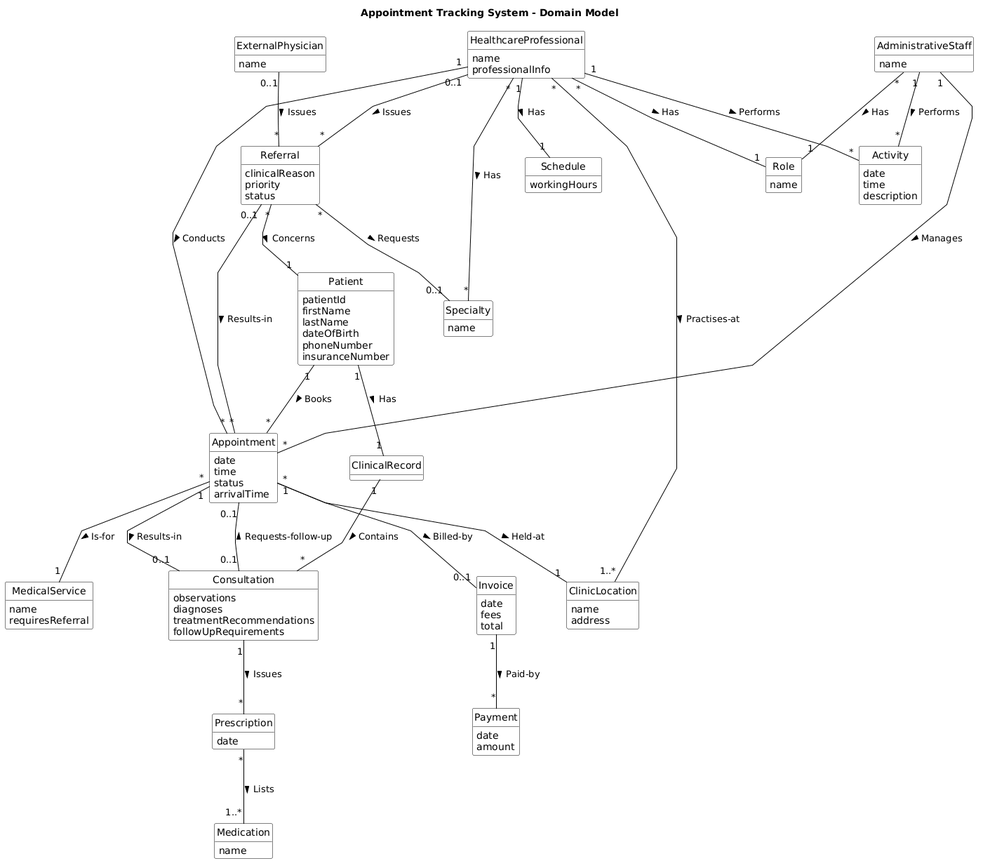
This is artifacts/domain_model.png from Adambench/Soen-342-Project, a PlantUML export, as it was before one commit.
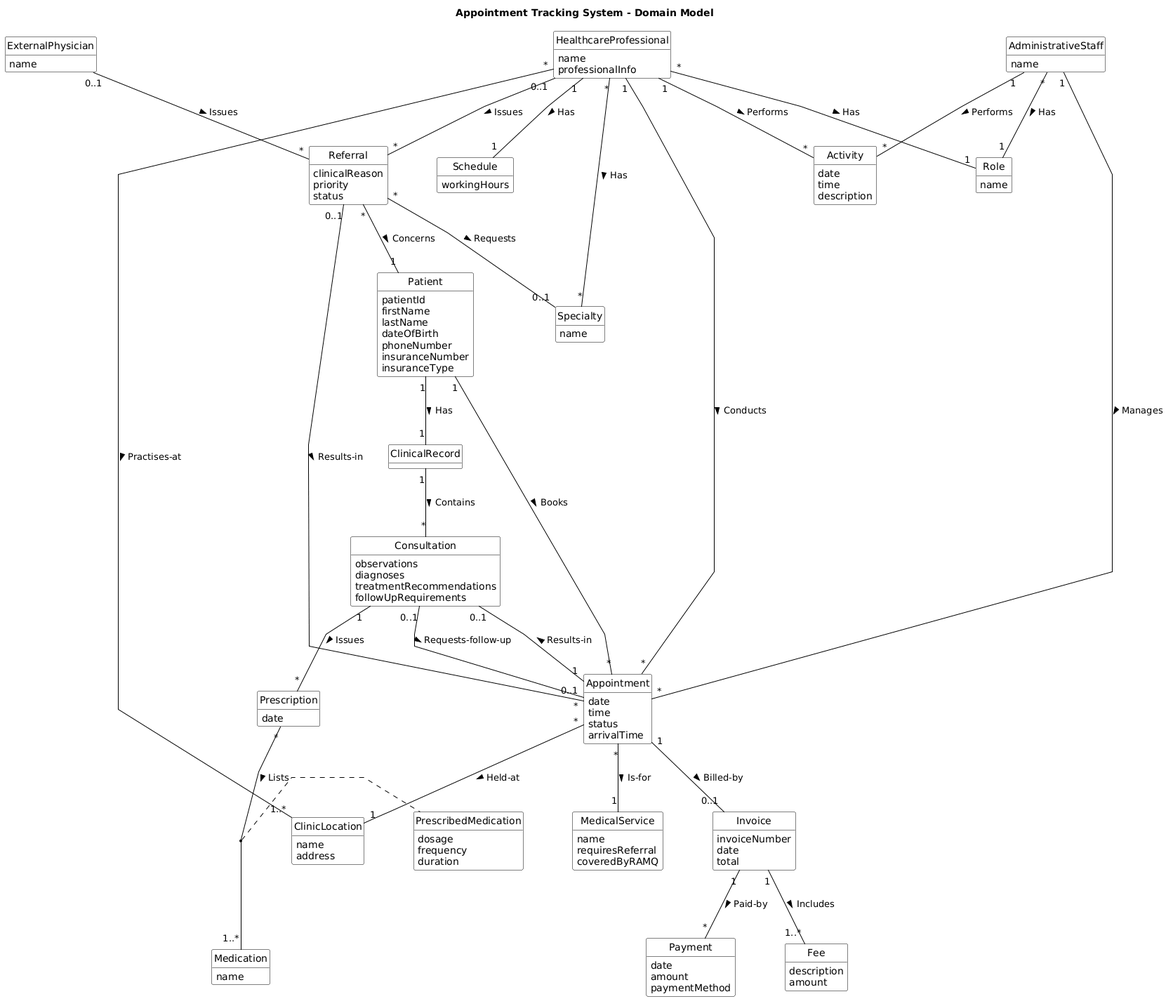
After the commit.

Commit message:
updated domain model

The edit, as a diff of the source:
```diff
@@ -20,6 +20,7 @@
   dateOfBirth
   phoneNumber
   insuranceNumber
+  insuranceType
 }
 
 class HealthcareProfessional {
@@ -51,6 +52,7 @@
 class MedicalService {
   name
   requiresReferral
+  coveredByRAMQ
 }
 
 class Appointment {
@@ -77,6 +79,12 @@
   name
 }
 
+class PrescribedMedication {
+  dosage
+  frequency
+  duration
+}
+
 class Referral {
   clinicalReason
   priority
@@ -84,14 +92,20 @@
 }
 
 class Invoice {
+  invoiceNumber
   date
-  fees
   total
+}
+
+class Fee {
+  description
+  amount
 }
 
 class Payment {
   date
   amount
+  paymentMethod
 }
 
 class Role {
@@ -119,6 +133,7 @@
 ClinicalRecord "1" -- "*" Consultation : Contains >
 Consultation "1" -- "*" Prescription : Issues >
 Prescription "*" -- "1..*" Medication : Lists >
+(Prescription, Medication) .. PrescribedMedication
 Consultation "0..1" -- "0..1" Appointment : Requests-follow-up >
 
 HealthcareProfessional "0..1" -- "*" Referral : Issues >
@@ -128,6 +143,7 @@
 Referral "0..1" -- "*" Appointment : Results-in >
 
 Appointment "1" -- "0..1" Invoice : Billed-by >
+Invoice "1" -- "1..*" Fee : Includes >
 Invoice "1" -- "*" Payment : Paid-by >
 
 HealthcareProfessional "*" -- "1" Role : Has >
```
